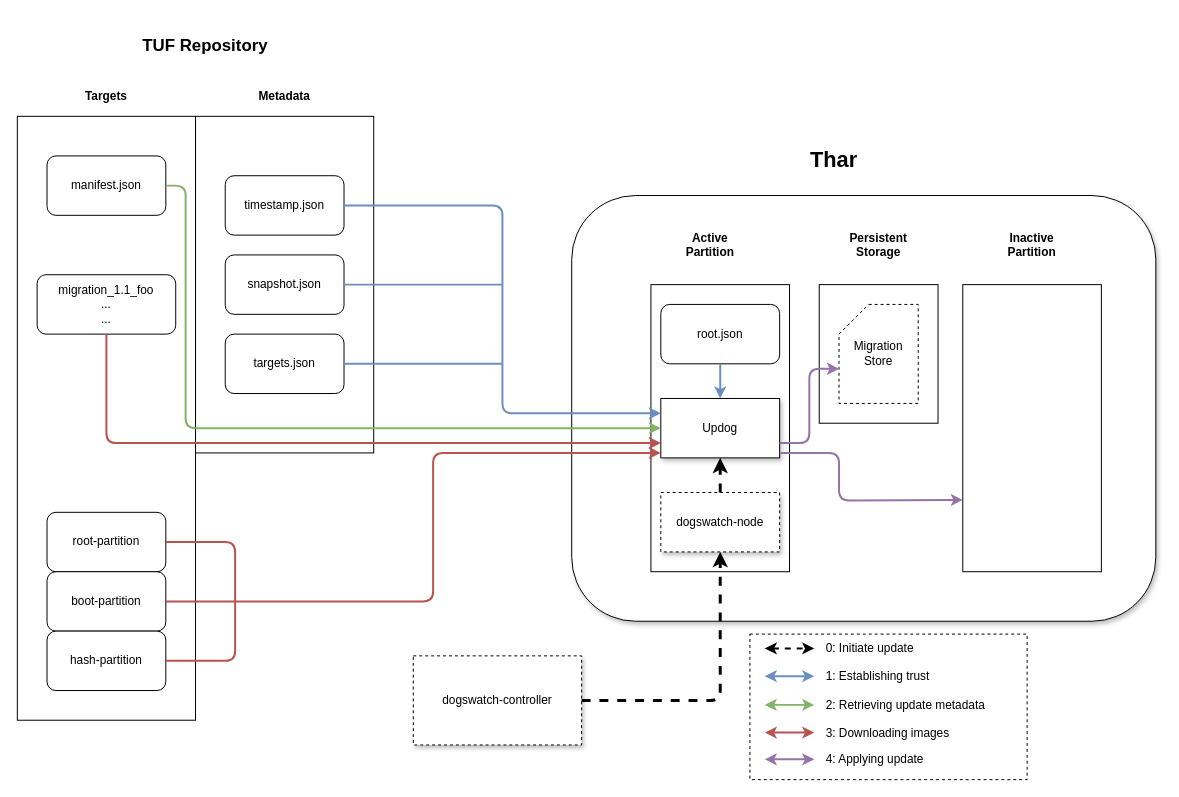
Earlier version of the draw.io diagram sources/updater/update-system.drawio (bottlerocket-os/bottlerocket). Source tidied: cells renumbered, new cells numbered last; positions are measured from the earlier drawing's top-left corner, leaving out a move shared by most shapes. Both pictures are drawn from the tidied source at 99%, with x=0, y=0 at pixel (17, 17).
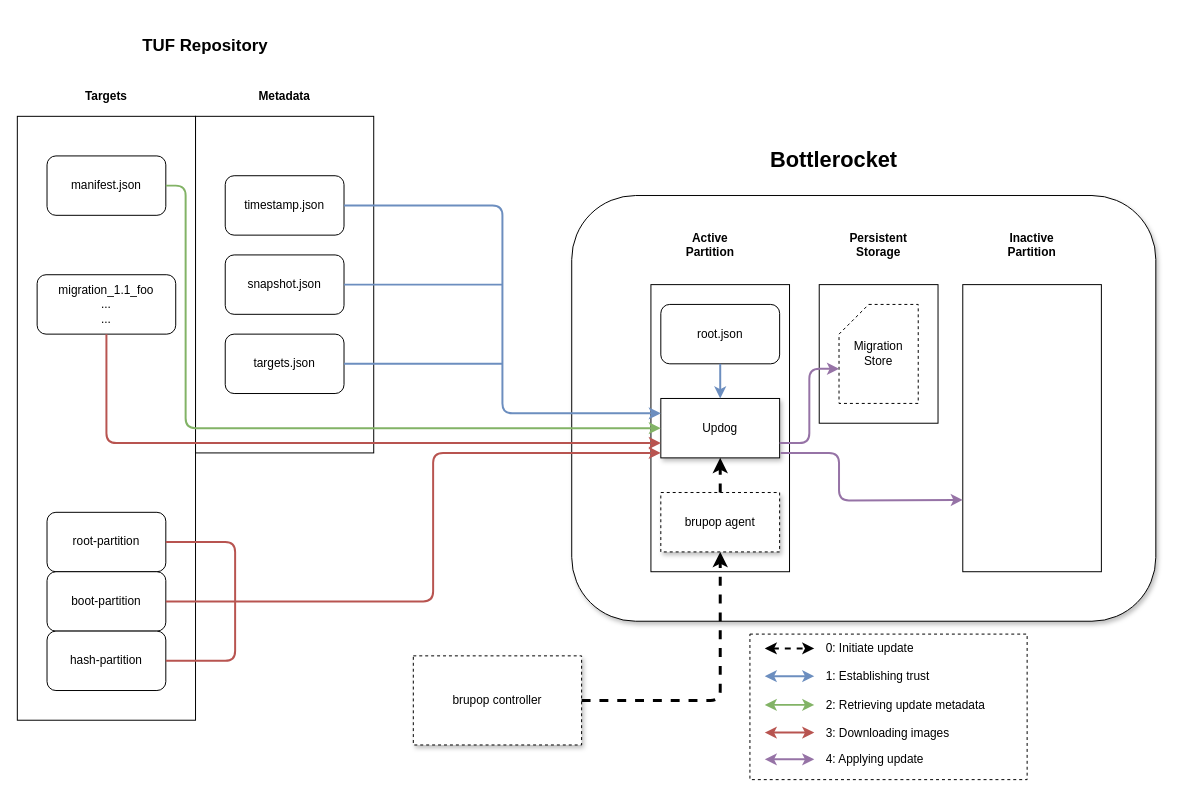
Above is the later version.

What changed in the source:
```diff
@@
-    <mxCell id="7" value="dogswatch-controller" style="rounded=0;whiteSpace=wrap;html=1;dashed=1;shadow=1;" parent="1" vertex="1">
+    <mxCell id="7" value="brupop controller" style="rounded=0;whiteSpace=wrap;html=1;dashed=1;shadow=1;" parent="1" vertex="1">
       <mxGeometry x="400" y="645" width="170" height="90" as="geometry" />
     </mxCell>
@@
-    <mxCell id="11" value="dogswatch-node" style="rounded=0;whiteSpace=wrap;html=1;dashed=1;shadow=1;" parent="1" vertex="1">
+    <mxCell id="11" value="brupop agent" style="rounded=0;whiteSpace=wrap;html=1;dashed=1;shadow=1;" parent="1" vertex="1">
       <mxGeometry x="650" y="480" width="120" height="60" as="geometry" />
     </mxCell>
@@
-    <mxCell id="26" value="&lt;font style=&quot;font-size: 22px&quot;&gt;&lt;b&gt;&lt;font style=&quot;font-size: 22px&quot;&gt;Thar&lt;/font&gt;&lt;/b&gt;&lt;/font&gt;" style="text;html=1;strokeColor=none;fillColor=none;align=center;verticalAlign=middle;whiteSpace=wrap;rounded=0;" parent="1" vertex="1">
+    <mxCell id="26" value="&lt;font style=&quot;font-size: 22px&quot;&gt;&lt;b&gt;&lt;font style=&quot;font-size: 22px&quot;&gt;Bottlerocket&lt;/font&gt;&lt;/b&gt;&lt;/font&gt;" style="text;html=1;strokeColor=none;fillColor=none;align=center;verticalAlign=middle;whiteSpace=wrap;rounded=0;" parent="1" vertex="1">
       <mxGeometry x="740" y="110" width="170" height="70" as="geometry" />
     </mxCell>
```
